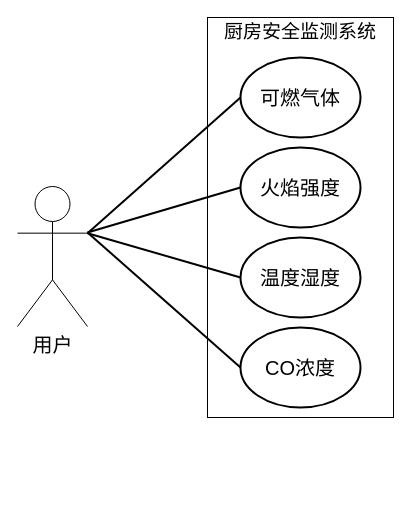
Before: 论文.drawio in guardian-han/test, a draw.io diagram. Source tidied: cells renumbered, new cells numbered last; positions are measured from the earlier drawing's top-left corner, leaving out a move shared by most shapes. Both pictures are drawn from the tidied source at 100%, with x=0, y=0 at pixel (17, 17).
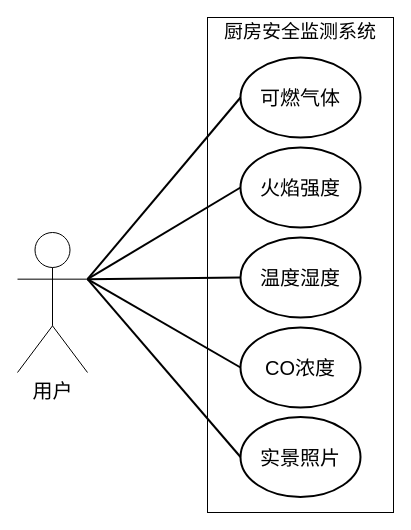
Above is the later version.

Change to the diagram source:
```diff
@@
 <mxGraphModel>
   <root>
     <mxCell id="0" />
     <mxCell id="1" parent="0" />
     <mxCell id="2" value="&lt;font face=&quot;Times New Roman&quot; style=&quot;font-size: 20px;&quot;&gt;用户&lt;/font&gt;" style="shape=umlActor;verticalLabelPosition=bottom;verticalAlign=top;html=1;outlineConnect=0;" parent="1" vertex="1">
-      <mxGeometry y="169" width="70" height="140" as="geometry" />
+      <mxGeometry y="215" width="70" height="140" as="geometry" />
     </mxCell>
     <mxCell id="3" style="rounded=0;whiteSpace=wrap;html=1;fillColor=none;strokeWidth=1;" parent="1" vertex="1">
-      <mxGeometry x="190" width="186" height="400" as="geometry" />
+      <mxGeometry x="190" width="186" height="495" as="geometry" />
     </mxCell>
     <mxCell id="4" value="&lt;font style=&quot;font-size: 19px;&quot;&gt;厨房安全监测系统&lt;/font&gt;" style="text;html=1;align=center;verticalAlign=middle;whiteSpace=wrap;rounded=0;fontFamily=Times New Roman;" parent="1" vertex="1">
       <mxGeometry x="202" width="162" height="30" as="geometry" />
     </mxCell>
     <mxCell id="5" value="可燃气体" style="ellipse;whiteSpace=wrap;html=1;fillColor=none;strokeWidth=2;fontSize=20;" parent="1" vertex="1">
       <mxGeometry x="223" y="40" width="120" height="80" as="geometry" />
     </mxCell>
     <mxCell id="6" value="火焰强度" style="ellipse;whiteSpace=wrap;html=1;fillColor=none;strokeWidth=2;fontSize=20;" parent="1" vertex="1">
       <mxGeometry x="223" y="130" width="120" height="80" as="geometry" />
     </mxCell>
     <mxCell id="7" value="温度湿度" style="ellipse;whiteSpace=wrap;html=1;fillColor=none;strokeWidth=2;fontSize=20;" parent="1" vertex="1">
       <mxGeometry x="223" y="220" width="120" height="80" as="geometry" />
     </mxCell>
     <mxCell id="8" value="CO浓度" style="ellipse;whiteSpace=wrap;html=1;fillColor=none;strokeWidth=2;fontSize=20;" parent="1" vertex="1">
       <mxGeometry x="223" y="310" width="120" height="80" as="geometry" />
     </mxCell>
     <mxCell id="9" style="endArrow=none;html=1;rounded=0;strokeColor=default;strokeWidth=2;exitX=1;exitY=0.3333333333333333;exitDx=0;exitDy=0;exitPerimeter=0;entryX=0;entryY=0.5;entryDx=0;entryDy=0;" parent="1" edge="1" source="2" target="5">
       <mxGeometry relative="1" as="geometry" />
     </mxCell>
-    <mxCell id="10" style="endArrow=none;html=1;rounded=0;strokeColor=default;strokeWidth=2;entryX=0;entryY=0.5;entryDx=0;entryDy=0;" parent="1" edge="1" target="6">
-      <mxGeometry relative="1" as="geometry">
-        <mxPoint x="70" y="215" as="sourcePoint" />
-      </mxGeometry>
+    <mxCell id="10" style="endArrow=none;html=1;rounded=0;strokeColor=default;strokeWidth=2;entryX=0;entryY=0.5;entryDx=0;entryDy=0;exitX=1;exitY=0.3333333333333333;exitDx=0;exitDy=0;exitPerimeter=0;" parent="1" edge="1" source="2" target="6">
+      <mxGeometry relative="1" as="geometry" />
     </mxCell>
     <mxCell id="11" style="endArrow=none;html=1;rounded=0;strokeColor=default;strokeWidth=2;entryX=0;entryY=0.5;entryDx=0;entryDy=0;exitX=1;exitY=0.3333333333333333;exitDx=0;exitDy=0;exitPerimeter=0;" parent="1" edge="1" source="2" target="7">
       <mxGeometry relative="1" as="geometry" />
     </mxCell>
-    <mxCell id="12" style="endArrow=none;html=1;rounded=0;strokeColor=default;strokeWidth=2;entryX=0;entryY=0.5;entryDx=0;entryDy=0;" parent="1" edge="1" target="8">
-      <mxGeometry relative="1" as="geometry">
-        <mxPoint x="70" y="215" as="sourcePoint" />
-      </mxGeometry>
+    <mxCell id="12" style="endArrow=none;html=1;rounded=0;strokeColor=default;strokeWidth=2;entryX=0;entryY=0.5;entryDx=0;entryDy=0;exitX=1;exitY=0.3333333333333333;exitDx=0;exitDy=0;exitPerimeter=0;" parent="1" edge="1" source="2" target="8">
+      <mxGeometry relative="1" as="geometry" />
     </mxCell>
+    <mxCell id="13" value="实景照片" style="ellipse;whiteSpace=wrap;html=1;fillColor=none;strokeWidth=2;fontSize=20;" parent="1" vertex="1">
+      <mxGeometry x="223" y="399.5" width="120" height="80" as="geometry" />
+    </mxCell>
+    <mxCell id="14" style="endArrow=none;html=1;rounded=0;strokeColor=default;strokeWidth=2;entryX=0;entryY=0.5;entryDx=0;entryDy=0;exitX=1;exitY=0.3333333333333333;exitDx=0;exitDy=0;exitPerimeter=0;" parent="1" edge="1" source="2" target="13">
+      <mxGeometry relative="1" as="geometry" />
+    </mxCell>
   </root>
 </mxGraphModel>
```
